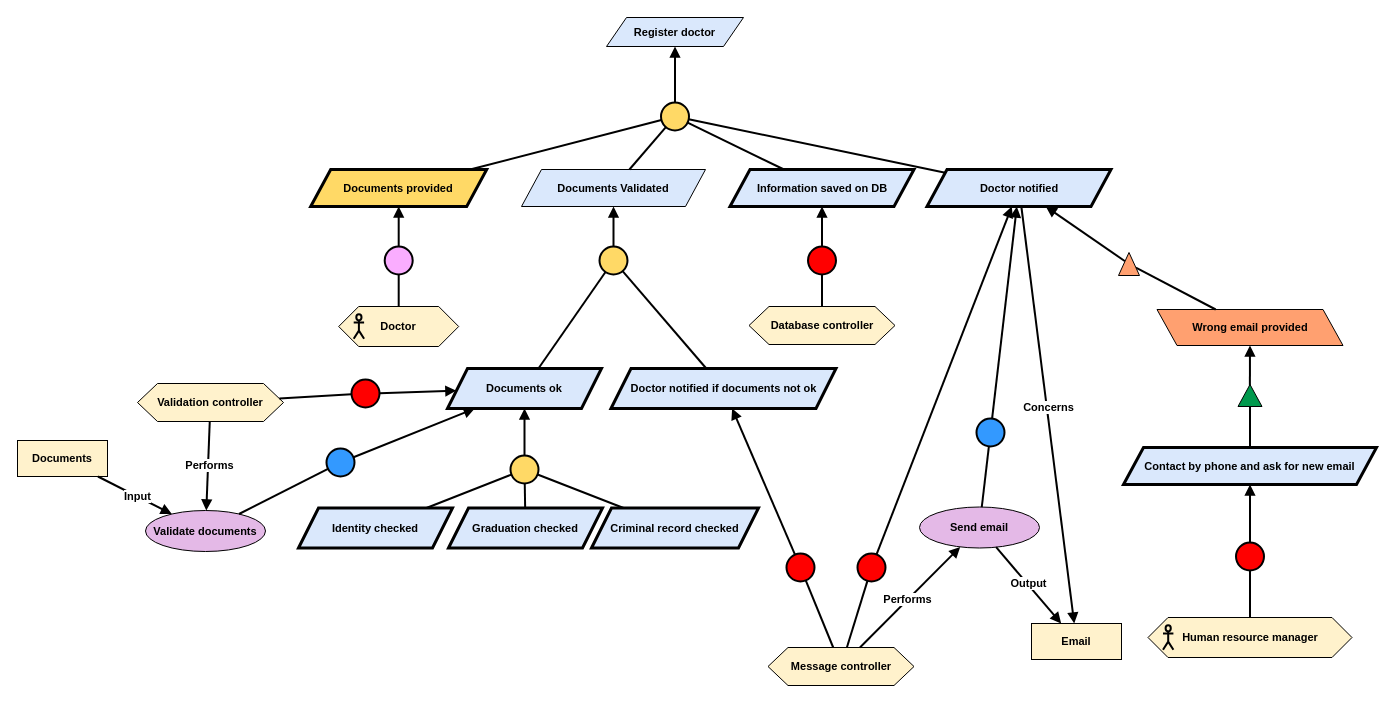
RafaelCMira/myclinic-msp-project keeps this draw.io diagram as Kaos/KAOS 2.drawio. Above is the earlier version. Source tidied: cells renumbered, new cells numbered last; positions are measured from the earlier drawing's top-left corner, leaving out a move shared by most shapes. Both pictures are drawn from the tidied source at 100%, with x=0, y=0 at pixel (17, 17).
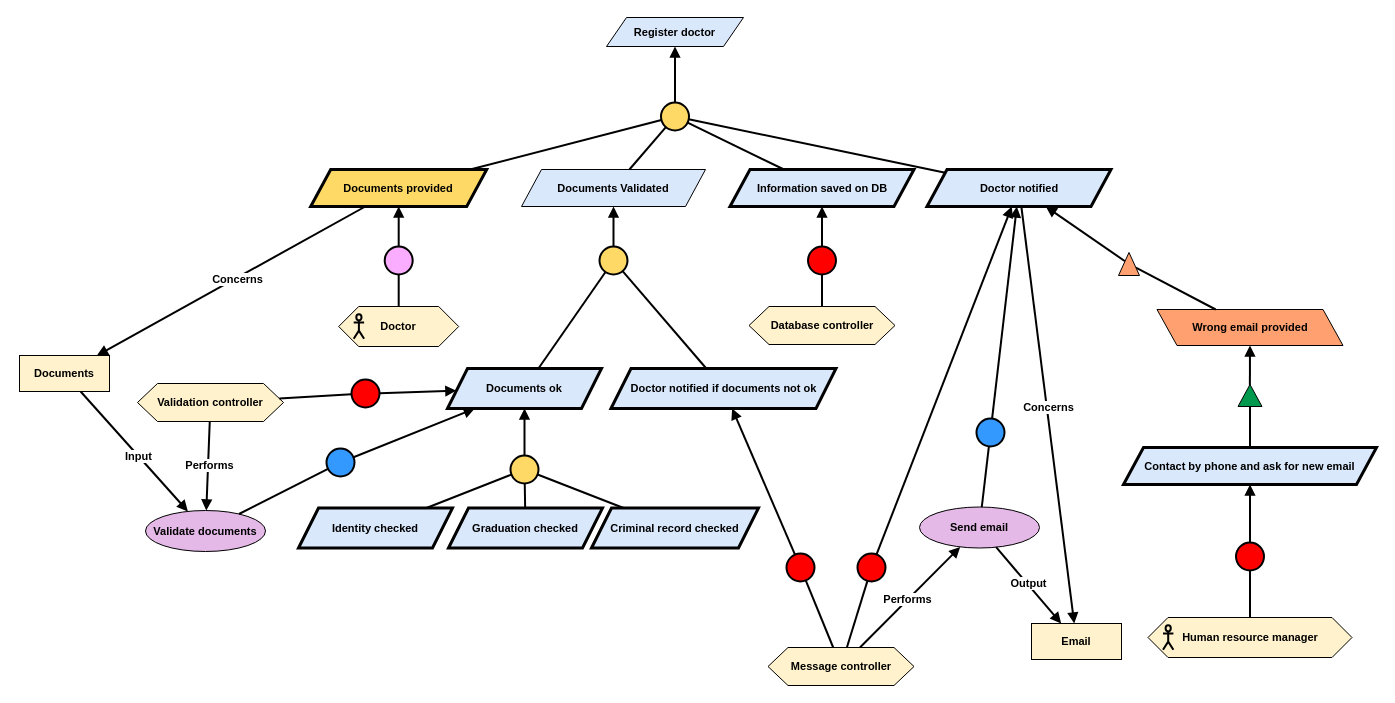
After the change.

The change refers to these unchanged cells:
```xml
<mxCell id="8" value="&lt;b&gt;Documents provided&lt;/b&gt;" style="shape=parallelogram;perimeter=parallelogramPerimeter;whiteSpace=wrap;html=1;fixedSize=1;fillColor=#FFD966;strokeColor=#000000;strokeWidth=3;fontFamily=Helvetica;fontSize=11;fontColor=default;labelBackgroundColor=none;" parent="1" vertex="1">
  <mxGeometry x="293.2" y="152" width="176" height="37" as="geometry" />
</mxCell>
```

The edit, as a diff of the source:
```diff
@@
     <mxCell id="60" value="&lt;b&gt;Documents&lt;/b&gt;" style="rounded=0;whiteSpace=wrap;html=1;fillColor=#FFF2CC;fontFamily=Helvetica;fontSize=11;fontColor=default;labelBackgroundColor=none;" parent="1" vertex="1">
-      <mxGeometry y="423" width="90" height="36" as="geometry" />
+      <mxGeometry x="2" y="338" width="90" height="36" as="geometry" />
     </mxCell>
@@
+    <mxCell id="82" style="endArrow=block;html=1;rounded=0;endFill=1;strokeWidth=2;" parent="1" edge="1" source="8" target="60">
+      <mxGeometry relative="1" as="geometry" />
+    </mxCell>
+    <mxCell id="83" value="&lt;b&gt;Concerns&lt;/b&gt;" style="edgeLabel;html=1;align=center;verticalAlign=middle;" parent="82" vertex="1">
+      <mxGeometry x="-0.04" y="1" relative="1" as="geometry" />
+    </mxCell>
```
